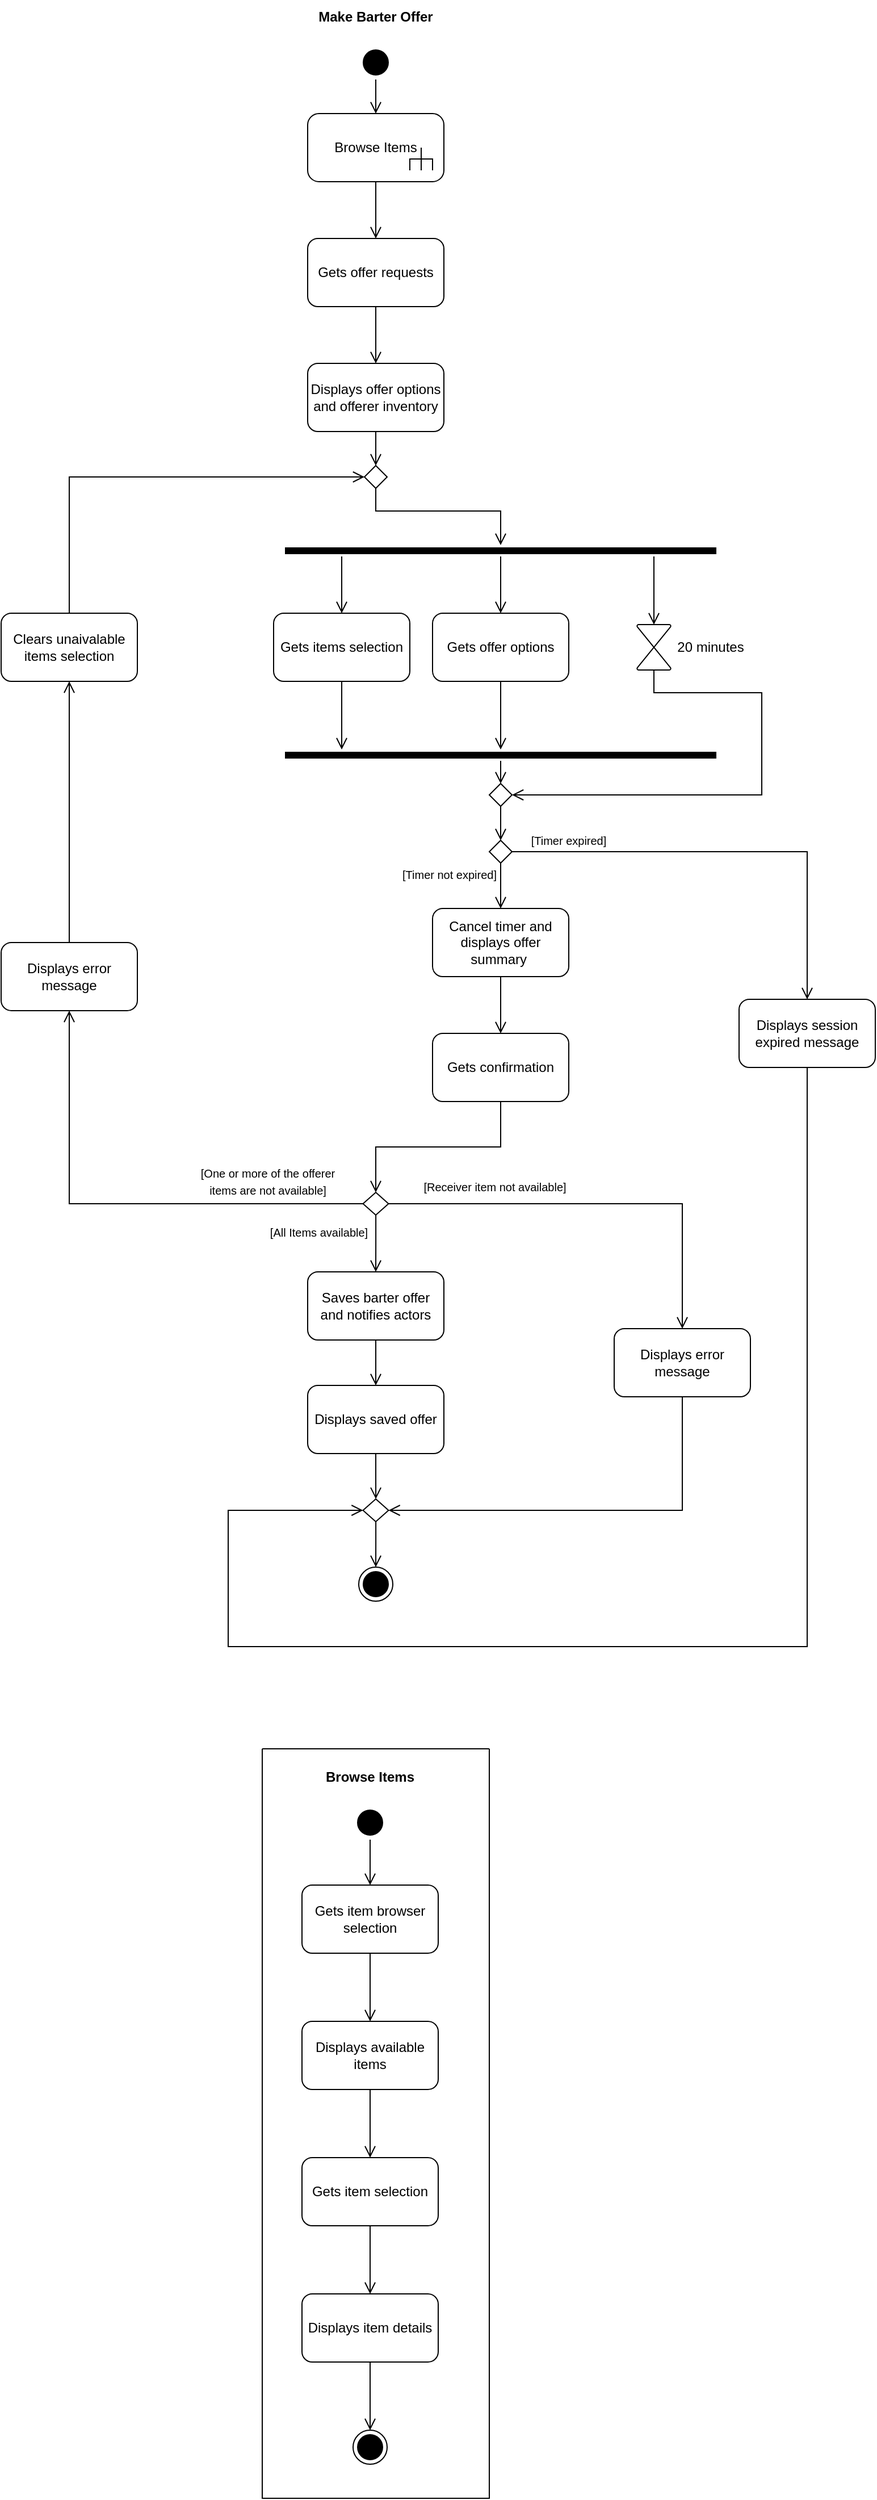
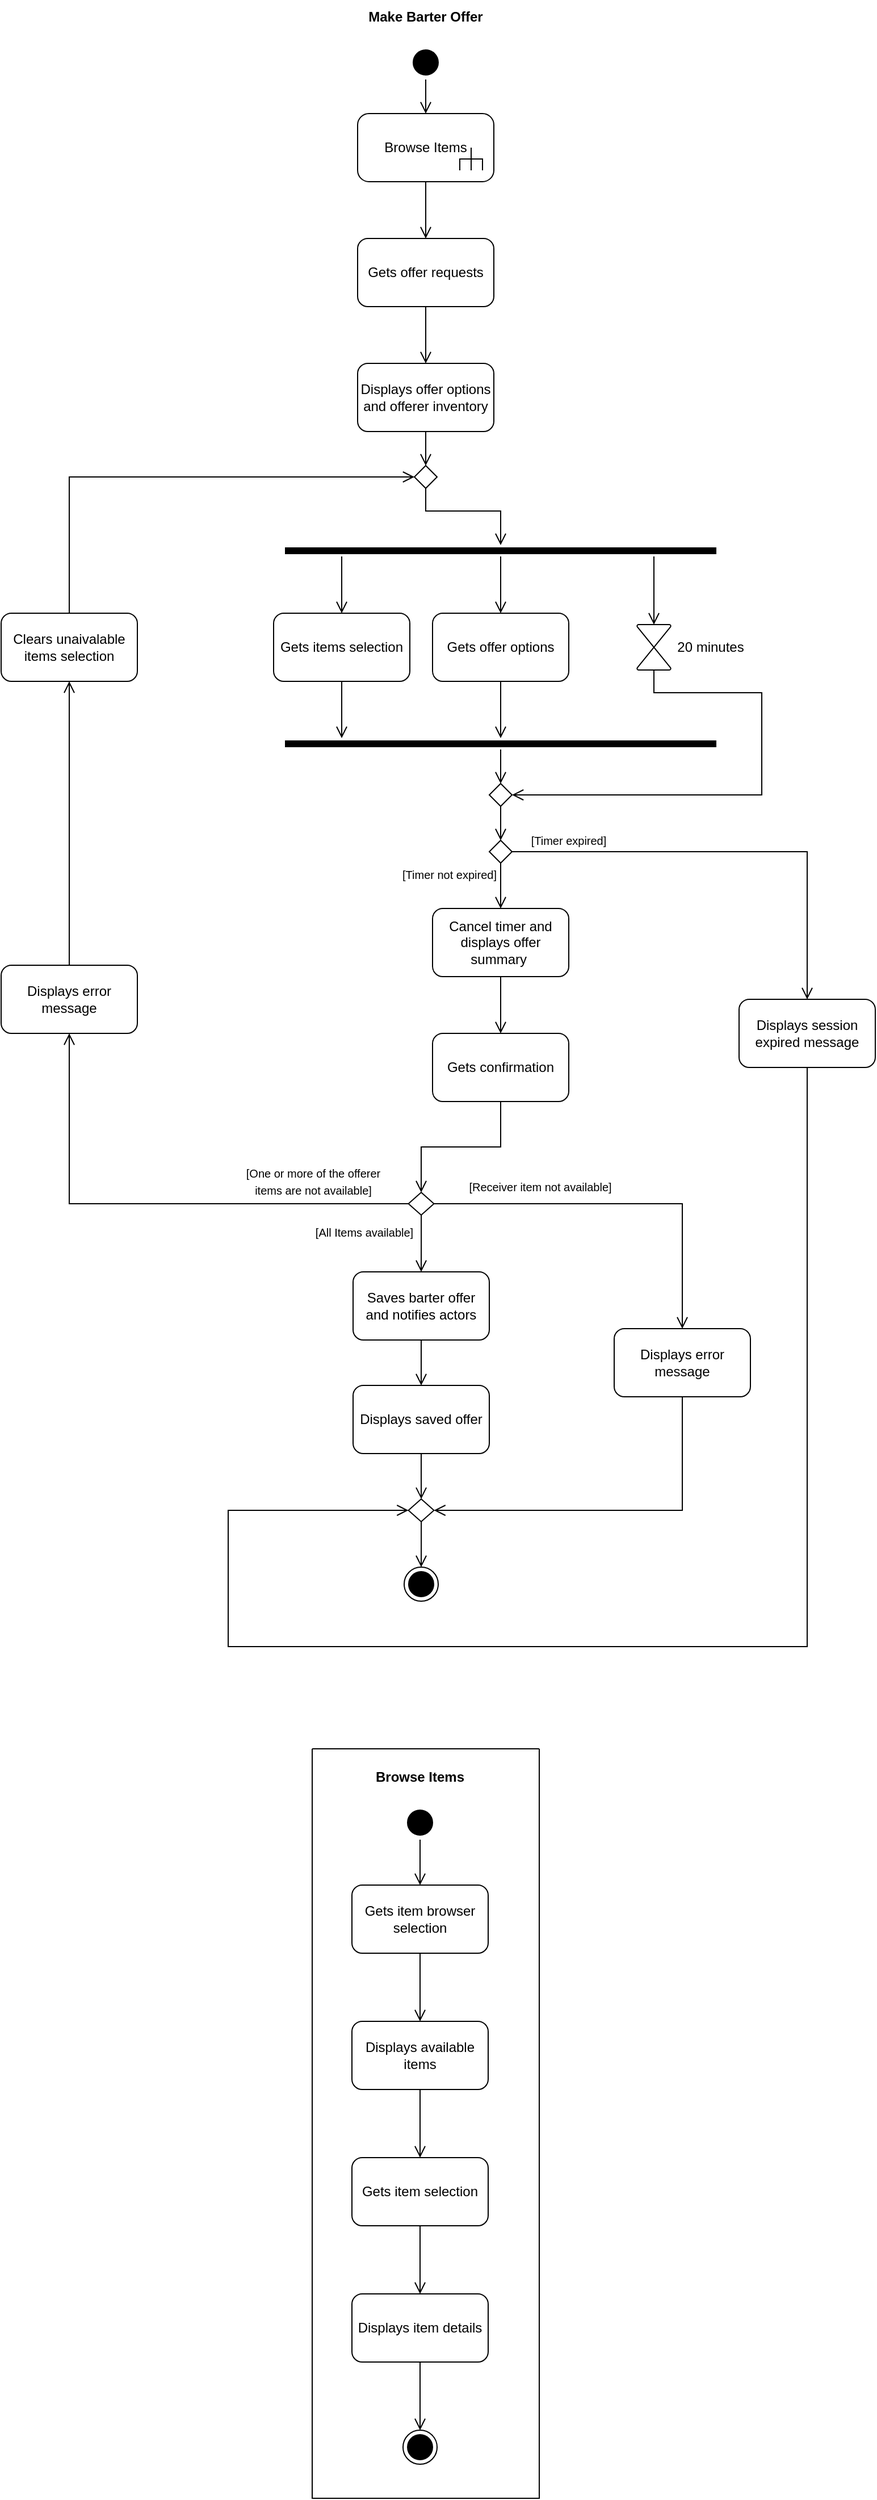
<mxfile host="app.diagrams.net">
  <diagram name="Pagina-1" id="wzVvh0PLMof7XneZ3m_G">
    <mxGraphModel dx="2353" dy="1339" grid="1" gridSize="10" guides="1" tooltips="1" connect="1" arrows="1" fold="1" page="1" pageScale="1" pageWidth="827" pageHeight="1169" math="0" shadow="0">
      <root>
        <mxCell id="0" />
        <mxCell id="1" parent="0" />
        <mxCell id="98pQ5EC6WEBKg6TK99Ge-1" parent="1" style="text;html=1;whiteSpace=wrap;strokeColor=none;fillColor=none;align=center;verticalAlign=middle;rounded=0;" value="&lt;b&gt;Make Barter Offer&lt;/b&gt;" vertex="1">
-           <mxGeometry height="30" width="140" x="300" y="20" as="geometry" />
+           <mxGeometry height="30" width="140" x="344" y="20" as="geometry" />
        </mxCell>
        <mxCell id="98pQ5EC6WEBKg6TK99Ge-6" parent="1" style="ellipse;html=1;shape=startState;fillColor=#000000;strokeColor=#000000;" value="" vertex="1">
-           <mxGeometry height="30" width="30" x="355" y="60" as="geometry" />
+           <mxGeometry height="30" width="30" x="399" y="60" as="geometry" />
        </mxCell>
        <mxCell id="98pQ5EC6WEBKg6TK99Ge-7" edge="1" parent="1" source="98pQ5EC6WEBKg6TK99Ge-6" style="edgeStyle=orthogonalEdgeStyle;html=1;verticalAlign=bottom;endArrow=open;endSize=8;strokeColor=#000000;rounded=0;" target="_pa2qI_lrXjVzIk5UoWA-33" value="">
          <mxGeometry relative="1" as="geometry">
-             <mxPoint x="370" y="120" as="targetPoint" />
+             <mxPoint x="414" y="120" as="targetPoint" />
          </mxGeometry>
        </mxCell>
        <mxCell id="98pQ5EC6WEBKg6TK99Ge-8" parent="1" style="rounded=1;whiteSpace=wrap;html=1;" value="Gets offer requests" vertex="1">
-           <mxGeometry height="60" width="120" x="310" y="230" as="geometry" />
+           <mxGeometry height="60" width="120" x="354" y="230" as="geometry" />
        </mxCell>
        <mxCell id="98pQ5EC6WEBKg6TK99Ge-9" parent="1" style="rounded=1;whiteSpace=wrap;html=1;" value="Displays offer options and offerer inventory" vertex="1">
-           <mxGeometry height="60" width="120" x="310" y="340" as="geometry" />
+           <mxGeometry height="60" width="120" x="354" y="340" as="geometry" />
        </mxCell>
        <mxCell id="98pQ5EC6WEBKg6TK99Ge-11" parent="1" style="rounded=1;whiteSpace=wrap;html=1;" value="Cancel timer and displays offer summary&amp;nbsp;" vertex="1">
          <mxGeometry height="60" width="120" x="420" y="820" as="geometry" />
        </mxCell>
        <mxCell id="98pQ5EC6WEBKg6TK99Ge-12" parent="1" style="rounded=1;whiteSpace=wrap;html=1;" value="Gets confirmation" vertex="1">
          <mxGeometry height="60" width="120" x="420" y="930" as="geometry" />
        </mxCell>
        <mxCell id="98pQ5EC6WEBKg6TK99Ge-14" parent="1" style="rounded=1;whiteSpace=wrap;html=1;" value="Saves barter offer and notifies actors" vertex="1">
-           <mxGeometry height="60" width="120" x="310" y="1140" as="geometry" />
+           <mxGeometry height="60" width="120" x="350" y="1140" as="geometry" />
        </mxCell>
        <mxCell id="98pQ5EC6WEBKg6TK99Ge-16" parent="1" style="rounded=1;whiteSpace=wrap;html=1;" value="Displays saved offer" vertex="1">
-           <mxGeometry height="60" width="120" x="310" y="1240" as="geometry" />
+           <mxGeometry height="60" width="120" x="350" y="1240" as="geometry" />
        </mxCell>
        <mxCell id="98pQ5EC6WEBKg6TK99Ge-17" edge="1" parent="1" source="_pa2qI_lrXjVzIk5UoWA-33" style="edgeStyle=orthogonalEdgeStyle;html=1;verticalAlign=bottom;endArrow=open;endSize=8;strokeColor=#000000;rounded=0;" target="98pQ5EC6WEBKg6TK99Ge-8" value="">
          <mxGeometry relative="1" as="geometry">
-             <mxPoint x="370" y="180" as="sourcePoint" />
-             <mxPoint x="370" y="230" as="targetPoint" />
+             <mxPoint x="414" y="180" as="sourcePoint" />
+             <mxPoint x="414" y="230" as="targetPoint" />
          </mxGeometry>
        </mxCell>
        <mxCell id="98pQ5EC6WEBKg6TK99Ge-18" edge="1" parent="1" source="98pQ5EC6WEBKg6TK99Ge-8" style="edgeStyle=orthogonalEdgeStyle;html=1;verticalAlign=bottom;endArrow=open;endSize=8;strokeColor=#000000;rounded=0;exitX=0.5;exitY=1;exitDx=0;exitDy=0;" target="98pQ5EC6WEBKg6TK99Ge-9" value="">
          <mxGeometry relative="1" as="geometry">
-             <mxPoint x="370" y="320" as="sourcePoint" />
-             <mxPoint x="370" y="350" as="targetPoint" />
+             <mxPoint x="414" y="320" as="sourcePoint" />
+             <mxPoint x="414" y="350" as="targetPoint" />
          </mxGeometry>
        </mxCell>
        <mxCell id="98pQ5EC6WEBKg6TK99Ge-19" edge="1" parent="1" source="98pQ5EC6WEBKg6TK99Ge-9" style="edgeStyle=orthogonalEdgeStyle;html=1;verticalAlign=bottom;endArrow=open;endSize=8;strokeColor=#000000;rounded=0;" target="98pQ5EC6WEBKg6TK99Ge-45" value="">
          <mxGeometry relative="1" as="geometry">
-             <mxPoint x="360" y="450" as="sourcePoint" />
-             <mxPoint x="360" y="480" as="targetPoint" />
+             <mxPoint x="404" y="450" as="sourcePoint" />
+             <mxPoint x="404" y="480" as="targetPoint" />
          </mxGeometry>
        </mxCell>
        <mxCell id="98pQ5EC6WEBKg6TK99Ge-20" edge="1" parent="1" source="_pa2qI_lrXjVzIk5UoWA-20" style="edgeStyle=orthogonalEdgeStyle;html=1;verticalAlign=bottom;endArrow=open;endSize=8;strokeColor=#000000;rounded=0;" target="98pQ5EC6WEBKg6TK99Ge-11" value="">
          <mxGeometry relative="1" as="geometry">
            <mxPoint x="695" y="1075" as="sourcePoint" />
            <mxPoint x="290" y="900" as="targetPoint" />
          </mxGeometry>
        </mxCell>
        <mxCell id="98pQ5EC6WEBKg6TK99Ge-21" edge="1" parent="1" source="98pQ5EC6WEBKg6TK99Ge-11" style="edgeStyle=orthogonalEdgeStyle;html=1;verticalAlign=bottom;endArrow=open;endSize=8;strokeColor=#000000;rounded=0;" target="98pQ5EC6WEBKg6TK99Ge-12" value="">
          <mxGeometry relative="1" as="geometry">
            <mxPoint x="290" y="990" as="sourcePoint" />
            <mxPoint x="290" y="1020" as="targetPoint" />
          </mxGeometry>
        </mxCell>
        <mxCell id="98pQ5EC6WEBKg6TK99Ge-22" edge="1" parent="1" source="98pQ5EC6WEBKg6TK99Ge-12" style="edgeStyle=orthogonalEdgeStyle;html=1;verticalAlign=bottom;endArrow=open;endSize=8;strokeColor=#000000;rounded=0;" target="98pQ5EC6WEBKg6TK99Ge-34" value="">
          <mxGeometry relative="1" as="geometry">
            <Array as="points">
              <mxPoint x="480" y="1030" />
-               <mxPoint x="370" y="1030" />
+               <mxPoint x="410" y="1030" />
            </Array>
            <mxPoint x="370" y="1060" as="sourcePoint" />
            <mxPoint x="370" y="1090" as="targetPoint" />
          </mxGeometry>
        </mxCell>
        <mxCell id="98pQ5EC6WEBKg6TK99Ge-23" edge="1" parent="1" source="98pQ5EC6WEBKg6TK99Ge-39" style="edgeStyle=orthogonalEdgeStyle;html=1;verticalAlign=bottom;endArrow=open;endSize=8;strokeColor=#000000;rounded=0;" target="98pQ5EC6WEBKg6TK99Ge-40" value="">
          <mxGeometry relative="1" as="geometry">
            <Array as="points">
              <mxPoint x="640" y="1350" />
            </Array>
            <mxPoint x="710" y="1340" as="sourcePoint" />
            <mxPoint x="370" y="1440" as="targetPoint" />
          </mxGeometry>
        </mxCell>
        <mxCell id="98pQ5EC6WEBKg6TK99Ge-26" edge="1" parent="1" source="98pQ5EC6WEBKg6TK99Ge-34" style="edgeStyle=orthogonalEdgeStyle;html=1;verticalAlign=bottom;endArrow=open;endSize=8;strokeColor=#000000;rounded=0;" target="98pQ5EC6WEBKg6TK99Ge-39" value="">
          <mxGeometry relative="1" as="geometry">
            <mxPoint x="470" y="1080" as="sourcePoint" />
            <mxPoint x="500" y="1080" as="targetPoint" />
          </mxGeometry>
        </mxCell>
        <mxCell id="98pQ5EC6WEBKg6TK99Ge-27" edge="1" parent="1" source="98pQ5EC6WEBKg6TK99Ge-34" style="edgeStyle=orthogonalEdgeStyle;html=1;verticalAlign=bottom;endArrow=open;endSize=8;strokeColor=#000000;rounded=0;exitX=0;exitY=0.5;exitDx=0;exitDy=0;" target="98pQ5EC6WEBKg6TK99Ge-42" value="">
          <mxGeometry relative="1" as="geometry">
            <mxPoint x="500" y="1030" as="sourcePoint" />
            <mxPoint x="200" y="1080" as="targetPoint" />
          </mxGeometry>
        </mxCell>
        <mxCell id="98pQ5EC6WEBKg6TK99Ge-28" edge="1" parent="1" source="98pQ5EC6WEBKg6TK99Ge-40" style="edgeStyle=orthogonalEdgeStyle;html=1;verticalAlign=bottom;endArrow=open;endSize=8;strokeColor=#000000;rounded=0;" target="98pQ5EC6WEBKg6TK99Ge-41" value="">
          <mxGeometry relative="1" as="geometry">
-             <mxPoint x="481.05" y="1470" as="sourcePoint" />
-             <mxPoint x="481.05" y="1500" as="targetPoint" />
+             <mxPoint x="521.05" y="1470" as="sourcePoint" />
+             <mxPoint x="521.05" y="1500" as="targetPoint" />
          </mxGeometry>
        </mxCell>
        <mxCell id="98pQ5EC6WEBKg6TK99Ge-31" edge="1" parent="1" source="98pQ5EC6WEBKg6TK99Ge-43" style="edgeStyle=orthogonalEdgeStyle;html=1;verticalAlign=bottom;endArrow=open;endSize=8;strokeColor=#000000;rounded=0;" target="98pQ5EC6WEBKg6TK99Ge-45" value="">
          <mxGeometry relative="1" as="geometry">
            <Array as="points">
              <mxPoint x="100" y="440" />
            </Array>
            <mxPoint x="720" y="700" as="sourcePoint" />
            <mxPoint x="720" y="730" as="targetPoint" />
          </mxGeometry>
        </mxCell>
        <mxCell id="98pQ5EC6WEBKg6TK99Ge-32" edge="1" parent="1" source="98pQ5EC6WEBKg6TK99Ge-45" style="edgeStyle=orthogonalEdgeStyle;html=1;verticalAlign=bottom;endArrow=open;endSize=8;strokeColor=#000000;rounded=0;" target="_pa2qI_lrXjVzIk5UoWA-2" value="">
          <mxGeometry relative="1" as="geometry">
            <Array as="points">
-               <mxPoint x="370" y="470" />
+               <mxPoint x="414" y="470" />
              <mxPoint x="480" y="470" />
            </Array>
            <mxPoint x="690" y="695" as="sourcePoint" />
            <mxPoint x="690" y="725" as="targetPoint" />
          </mxGeometry>
        </mxCell>
        <mxCell id="98pQ5EC6WEBKg6TK99Ge-33" edge="1" parent="1" source="98pQ5EC6WEBKg6TK99Ge-34" style="edgeStyle=orthogonalEdgeStyle;html=1;verticalAlign=bottom;endArrow=open;endSize=8;strokeColor=#000000;rounded=0;" target="98pQ5EC6WEBKg6TK99Ge-14" value="">
          <mxGeometry relative="1" as="geometry">
-             <mxPoint x="540" y="1080" as="sourcePoint" />
-             <mxPoint x="370" y="1120" as="targetPoint" />
+             <mxPoint x="580" y="1080" as="sourcePoint" />
+             <mxPoint x="410" y="1120" as="targetPoint" />
          </mxGeometry>
        </mxCell>
        <mxCell id="98pQ5EC6WEBKg6TK99Ge-34" parent="1" style="rhombus;whiteSpace=wrap;html=1;" value="" vertex="1">
-           <mxGeometry height="20" width="22.5" x="358.75" y="1070" as="geometry" />
+           <mxGeometry height="20" width="22.5" x="398.75" y="1070" as="geometry" />
        </mxCell>
        <mxCell id="98pQ5EC6WEBKg6TK99Ge-36" parent="1" style="text;html=1;whiteSpace=wrap;strokeColor=none;fillColor=none;align=center;verticalAlign=middle;rounded=0;" value="&lt;font style=&quot;font-size: 10px;&quot;&gt;[Receiver item not available]&lt;/font&gt;" vertex="1">
-           <mxGeometry height="30" width="130" x="410" y="1050" as="geometry" />
+           <mxGeometry height="30" width="130" x="450" y="1050" as="geometry" />
        </mxCell>
        <mxCell id="98pQ5EC6WEBKg6TK99Ge-37" parent="1" style="text;html=1;whiteSpace=wrap;strokeColor=none;fillColor=none;align=center;verticalAlign=middle;rounded=0;" value="&lt;font style=&quot;font-size: 10px;&quot;&gt;[One or more of the offerer items are not available]&lt;/font&gt;" vertex="1">
-           <mxGeometry height="30" width="130" x="210" y="1045" as="geometry" />
+           <mxGeometry height="30" width="130" x="250" y="1045" as="geometry" />
        </mxCell>
        <mxCell id="98pQ5EC6WEBKg6TK99Ge-38" parent="1" style="text;html=1;whiteSpace=wrap;strokeColor=none;fillColor=none;align=center;verticalAlign=middle;rounded=0;" value="&lt;font style=&quot;font-size: 10px;&quot;&gt;[All Items available]&lt;/font&gt;" vertex="1">
-           <mxGeometry height="30" width="90" x="275" y="1090" as="geometry" />
+           <mxGeometry height="30" width="90" x="315" y="1090" as="geometry" />
        </mxCell>
        <mxCell id="98pQ5EC6WEBKg6TK99Ge-39" parent="1" style="rounded=1;whiteSpace=wrap;html=1;" value="Displays error message" vertex="1">
          <mxGeometry height="60" width="120" x="580" y="1190" as="geometry" />
        </mxCell>
        <mxCell id="98pQ5EC6WEBKg6TK99Ge-40" parent="1" style="rhombus;whiteSpace=wrap;html=1;" value="" vertex="1">
-           <mxGeometry height="20" width="22.5" x="358.75" y="1340" as="geometry" />
+           <mxGeometry height="20" width="22.5" x="398.75" y="1340" as="geometry" />
        </mxCell>
        <mxCell id="98pQ5EC6WEBKg6TK99Ge-41" parent="1" style="ellipse;html=1;shape=endState;fillColor=#000000;strokeColor=#000000;" value="" vertex="1">
-           <mxGeometry height="30" width="30" x="355" y="1400" as="geometry" />
+           <mxGeometry height="30" width="30" x="395" y="1400" as="geometry" />
        </mxCell>
        <mxCell id="98pQ5EC6WEBKg6TK99Ge-42" parent="1" style="rounded=1;whiteSpace=wrap;html=1;" value="Displays error message" vertex="1">
-           <mxGeometry height="60" width="120" x="40" y="850" as="geometry" />
+           <mxGeometry height="60" width="120" x="40" y="870" as="geometry" />
        </mxCell>
        <mxCell id="98pQ5EC6WEBKg6TK99Ge-43" parent="1" style="rounded=1;whiteSpace=wrap;html=1;" value="Clears unaivalable items selection" vertex="1">
          <mxGeometry height="60" width="120" x="40" y="560" as="geometry" />
        </mxCell>
        <mxCell id="98pQ5EC6WEBKg6TK99Ge-45" parent="1" style="rhombus;whiteSpace=wrap;html=1;" value="" vertex="1">
-           <mxGeometry height="20" width="20" x="360" y="430" as="geometry" />
+           <mxGeometry height="20" width="20" x="404" y="430" as="geometry" />
        </mxCell>
        <mxCell id="98pQ5EC6WEBKg6TK99Ge-47" edge="1" parent="1" source="98pQ5EC6WEBKg6TK99Ge-42" style="edgeStyle=orthogonalEdgeStyle;html=1;verticalAlign=bottom;endArrow=open;endSize=8;strokeColor=#000000;rounded=0;" target="98pQ5EC6WEBKg6TK99Ge-43" value="">
          <mxGeometry relative="1" as="geometry">
            <mxPoint x="190" y="450" as="sourcePoint" />
            <mxPoint x="190" y="480" as="targetPoint" />
          </mxGeometry>
        </mxCell>
        <mxCell id="98pQ5EC6WEBKg6TK99Ge-49" edge="1" parent="1" source="98pQ5EC6WEBKg6TK99Ge-16" style="edgeStyle=orthogonalEdgeStyle;html=1;verticalAlign=bottom;endArrow=open;endSize=8;strokeColor=#000000;rounded=0;" target="98pQ5EC6WEBKg6TK99Ge-40" value="">
          <mxGeometry relative="1" as="geometry">
-             <mxPoint x="550" y="890" as="sourcePoint" />
-             <mxPoint x="400" y="1420" as="targetPoint" />
+             <mxPoint x="590" y="890" as="sourcePoint" />
+             <mxPoint x="440" y="1420" as="targetPoint" />
          </mxGeometry>
        </mxCell>
        <mxCell id="98pQ5EC6WEBKg6TK99Ge-54" edge="1" parent="1" source="98pQ5EC6WEBKg6TK99Ge-14" style="edgeStyle=orthogonalEdgeStyle;html=1;verticalAlign=bottom;endArrow=open;endSize=8;strokeColor=#000000;rounded=0;" target="98pQ5EC6WEBKg6TK99Ge-16" value="">
          <mxGeometry relative="1" as="geometry">
-             <mxPoint x="370" y="1280" as="sourcePoint" />
-             <mxPoint x="370" y="1350" as="targetPoint" />
+             <mxPoint x="410" y="1280" as="sourcePoint" />
+             <mxPoint x="410" y="1350" as="targetPoint" />
          </mxGeometry>
        </mxCell>
        <mxCell id="98pQ5EC6WEBKg6TK99Ge-60" parent="1" style="rounded=1;whiteSpace=wrap;html=1;" value="Gets item browser selection" vertex="1">
-           <mxGeometry height="60" width="120" x="305" y="1680" as="geometry" />
+           <mxGeometry height="60" width="120" x="349" y="1680" as="geometry" />
        </mxCell>
        <mxCell id="98pQ5EC6WEBKg6TK99Ge-61" parent="1" style="rounded=1;whiteSpace=wrap;html=1;" value="Displays available items" vertex="1">
-           <mxGeometry height="60" width="120" x="305" y="1800" as="geometry" />
+           <mxGeometry height="60" width="120" x="349" y="1800" as="geometry" />
        </mxCell>
        <mxCell id="98pQ5EC6WEBKg6TK99Ge-62" parent="1" style="rounded=1;whiteSpace=wrap;html=1;" value="Gets item selection" vertex="1">
-           <mxGeometry height="60" width="120" x="305" y="1920" as="geometry" />
+           <mxGeometry height="60" width="120" x="349" y="1920" as="geometry" />
        </mxCell>
        <mxCell id="98pQ5EC6WEBKg6TK99Ge-63" parent="1" style="ellipse;html=1;shape=startState;fillColor=#000000;strokeColor=#000000;" value="" vertex="1">
-           <mxGeometry height="30" width="30" x="350" y="1610" as="geometry" />
+           <mxGeometry height="30" width="30" x="394" y="1610" as="geometry" />
        </mxCell>
        <mxCell id="98pQ5EC6WEBKg6TK99Ge-64" parent="1" style="ellipse;html=1;shape=endState;fillColor=#000000;strokeColor=#000000;" value="" vertex="1">
-           <mxGeometry height="30" width="30" x="350" y="2160" as="geometry" />
+           <mxGeometry height="30" width="30" x="394" y="2160" as="geometry" />
        </mxCell>
        <mxCell id="98pQ5EC6WEBKg6TK99Ge-65" edge="1" parent="1" source="98pQ5EC6WEBKg6TK99Ge-63" style="edgeStyle=orthogonalEdgeStyle;html=1;verticalAlign=bottom;endArrow=open;endSize=8;strokeColor=#000000;rounded=0;" target="98pQ5EC6WEBKg6TK99Ge-60" value="">
          <mxGeometry relative="1" as="geometry">
-             <mxPoint x="410" y="1640" as="sourcePoint" />
-             <mxPoint x="410" y="1670" as="targetPoint" />
+             <mxPoint x="454" y="1640" as="sourcePoint" />
+             <mxPoint x="454" y="1670" as="targetPoint" />
          </mxGeometry>
        </mxCell>
        <mxCell id="98pQ5EC6WEBKg6TK99Ge-66" edge="1" parent="1" source="98pQ5EC6WEBKg6TK99Ge-60" style="edgeStyle=orthogonalEdgeStyle;html=1;verticalAlign=bottom;endArrow=open;endSize=8;strokeColor=#000000;rounded=0;" target="98pQ5EC6WEBKg6TK99Ge-61" value="">
          <mxGeometry relative="1" as="geometry">
-             <mxPoint x="430" y="1790" as="sourcePoint" />
-             <mxPoint x="430" y="1820" as="targetPoint" />
+             <mxPoint x="474" y="1790" as="sourcePoint" />
+             <mxPoint x="474" y="1820" as="targetPoint" />
          </mxGeometry>
        </mxCell>
        <mxCell id="98pQ5EC6WEBKg6TK99Ge-67" edge="1" parent="1" source="98pQ5EC6WEBKg6TK99Ge-61" style="edgeStyle=orthogonalEdgeStyle;html=1;verticalAlign=bottom;endArrow=open;endSize=8;strokeColor=#000000;rounded=0;" target="98pQ5EC6WEBKg6TK99Ge-62" value="">
          <mxGeometry relative="1" as="geometry">
-             <mxPoint x="500" y="2000" as="sourcePoint" />
-             <mxPoint x="500" y="2030" as="targetPoint" />
+             <mxPoint x="544" y="2000" as="sourcePoint" />
+             <mxPoint x="544" y="2030" as="targetPoint" />
          </mxGeometry>
        </mxCell>
        <mxCell id="98pQ5EC6WEBKg6TK99Ge-68" edge="1" parent="1" source="98pQ5EC6WEBKg6TK99Ge-62" style="edgeStyle=orthogonalEdgeStyle;html=1;verticalAlign=bottom;endArrow=open;endSize=8;strokeColor=#000000;rounded=0;" target="98pQ5EC6WEBKg6TK99Ge-70" value="">
          <mxGeometry relative="1" as="geometry">
-             <mxPoint x="510" y="2140" as="sourcePoint" />
-             <mxPoint x="510" y="2170" as="targetPoint" />
+             <mxPoint x="554" y="2140" as="sourcePoint" />
+             <mxPoint x="554" y="2170" as="targetPoint" />
          </mxGeometry>
        </mxCell>
        <mxCell id="98pQ5EC6WEBKg6TK99Ge-69" edge="1" parent="1" source="98pQ5EC6WEBKg6TK99Ge-70" style="edgeStyle=orthogonalEdgeStyle;html=1;verticalAlign=bottom;endArrow=open;endSize=8;strokeColor=#000000;rounded=0;" target="98pQ5EC6WEBKg6TK99Ge-64" value="">
          <mxGeometry relative="1" as="geometry">
-             <mxPoint x="490" y="2280" as="sourcePoint" />
-             <mxPoint x="490" y="2310" as="targetPoint" />
+             <mxPoint x="534" y="2280" as="sourcePoint" />
+             <mxPoint x="534" y="2310" as="targetPoint" />
          </mxGeometry>
        </mxCell>
        <mxCell id="98pQ5EC6WEBKg6TK99Ge-70" parent="1" style="rounded=1;whiteSpace=wrap;html=1;" value="Displays item details" vertex="1">
-           <mxGeometry height="60" width="120" x="305" y="2040" as="geometry" />
+           <mxGeometry height="60" width="120" x="349" y="2040" as="geometry" />
        </mxCell>
        <mxCell id="_pa2qI_lrXjVzIk5UoWA-2" parent="1" style="shape=line;html=1;strokeWidth=6;strokeColor=#000000;" value="" vertex="1">
          <mxGeometry height="10" width="380" x="290" y="500" as="geometry" />
        </mxCell>
        <mxCell id="_pa2qI_lrXjVzIk5UoWA-3" parent="1" style="shape=line;html=1;strokeWidth=6;strokeColor=#000000;" value="" vertex="1">
-           <mxGeometry height="10" width="380" x="290" y="680" as="geometry" />
+           <mxGeometry height="10" width="380" x="290" y="670" as="geometry" />
        </mxCell>
        <mxCell id="_pa2qI_lrXjVzIk5UoWA-4" parent="1" style="rounded=1;whiteSpace=wrap;html=1;" value="Gets items selection" vertex="1">
          <mxGeometry height="60" width="120" x="280" y="560" as="geometry" />
        </mxCell>
        <mxCell id="_pa2qI_lrXjVzIk5UoWA-5" parent="1" style="rounded=1;whiteSpace=wrap;html=1;" value="Gets offer options" vertex="1">
          <mxGeometry height="60" width="120" x="420" y="560" as="geometry" />
        </mxCell>
        <mxCell id="_pa2qI_lrXjVzIk5UoWA-8" parent="1" style="verticalLabelPosition=bottom;verticalAlign=top;html=1;shape=mxgraph.flowchart.collate;" value="" vertex="1">
          <mxGeometry height="40" width="30" x="600" y="570" as="geometry" />
        </mxCell>
        <mxCell id="_pa2qI_lrXjVzIk5UoWA-9" edge="1" parent="1" source="_pa2qI_lrXjVzIk5UoWA-2" style="edgeStyle=orthogonalEdgeStyle;html=1;verticalAlign=bottom;endArrow=open;endSize=8;strokeColor=#000000;rounded=0;" target="_pa2qI_lrXjVzIk5UoWA-4" value="">
          <mxGeometry relative="1" as="geometry">
            <Array as="points">
              <mxPoint x="340" y="520" />
              <mxPoint x="340" y="520" />
            </Array>
            <mxPoint x="800" y="520" as="sourcePoint" />
            <mxPoint x="800" y="570" as="targetPoint" />
          </mxGeometry>
        </mxCell>
        <mxCell id="_pa2qI_lrXjVzIk5UoWA-10" parent="1" style="text;html=1;whiteSpace=wrap;strokeColor=none;fillColor=none;align=center;verticalAlign=middle;rounded=0;" value="20 minutes" vertex="1">
          <mxGeometry height="30" width="90" x="620" y="575" as="geometry" />
        </mxCell>
        <mxCell id="_pa2qI_lrXjVzIk5UoWA-12" edge="1" parent="1" source="_pa2qI_lrXjVzIk5UoWA-2" style="edgeStyle=orthogonalEdgeStyle;html=1;verticalAlign=bottom;endArrow=open;endSize=8;strokeColor=#000000;rounded=0;" target="_pa2qI_lrXjVzIk5UoWA-8" value="">
          <mxGeometry relative="1" as="geometry">
            <Array as="points">
              <mxPoint x="615" y="520" />
              <mxPoint x="615" y="520" />
            </Array>
            <mxPoint x="790" y="760" as="sourcePoint" />
            <mxPoint x="790" y="810" as="targetPoint" />
          </mxGeometry>
        </mxCell>
        <mxCell id="_pa2qI_lrXjVzIk5UoWA-13" edge="1" parent="1" source="_pa2qI_lrXjVzIk5UoWA-2" style="edgeStyle=orthogonalEdgeStyle;html=1;verticalAlign=bottom;endArrow=open;endSize=8;strokeColor=#000000;rounded=0;" target="_pa2qI_lrXjVzIk5UoWA-5" value="">
          <mxGeometry relative="1" as="geometry">
            <mxPoint x="800" y="410" as="sourcePoint" />
            <mxPoint x="800" y="460" as="targetPoint" />
          </mxGeometry>
        </mxCell>
        <mxCell id="_pa2qI_lrXjVzIk5UoWA-16" edge="1" parent="1" source="_pa2qI_lrXjVzIk5UoWA-5" style="edgeStyle=orthogonalEdgeStyle;html=1;verticalAlign=bottom;endArrow=open;endSize=8;strokeColor=#000000;rounded=0;" target="_pa2qI_lrXjVzIk5UoWA-3" value="">
          <mxGeometry relative="1" as="geometry">
            <Array as="points" />
            <mxPoint x="420" y="640" as="sourcePoint" />
            <mxPoint x="480" y="670" as="targetPoint" />
          </mxGeometry>
        </mxCell>
        <mxCell id="_pa2qI_lrXjVzIk5UoWA-17" edge="1" parent="1" source="_pa2qI_lrXjVzIk5UoWA-4" style="edgeStyle=orthogonalEdgeStyle;html=1;verticalAlign=bottom;endArrow=open;endSize=8;strokeColor=#000000;rounded=0;" target="_pa2qI_lrXjVzIk5UoWA-3" value="">
          <mxGeometry relative="1" as="geometry">
            <Array as="points">
              <mxPoint x="340" y="650" />
              <mxPoint x="340" y="650" />
            </Array>
            <mxPoint x="360" y="660" as="sourcePoint" />
            <mxPoint x="470" y="680" as="targetPoint" />
          </mxGeometry>
        </mxCell>
        <mxCell id="_pa2qI_lrXjVzIk5UoWA-18" edge="1" parent="1" source="_pa2qI_lrXjVzIk5UoWA-20" style="edgeStyle=orthogonalEdgeStyle;html=1;verticalAlign=bottom;endArrow=open;endSize=8;strokeColor=#000000;rounded=0;" target="_pa2qI_lrXjVzIk5UoWA-22" value="">
          <mxGeometry relative="1" as="geometry">
            <Array as="points">
              <mxPoint x="750" y="770" />
            </Array>
            <mxPoint x="490" y="770" as="sourcePoint" />
            <mxPoint x="760.0285714285715" y="910" as="targetPoint" />
          </mxGeometry>
        </mxCell>
        <mxCell id="_pa2qI_lrXjVzIk5UoWA-20" parent="1" style="rhombus;whiteSpace=wrap;html=1;" value="" vertex="1">
          <mxGeometry height="20" width="20" x="470" y="760" as="geometry" />
        </mxCell>
        <mxCell id="_pa2qI_lrXjVzIk5UoWA-21" parent="1" style="text;html=1;whiteSpace=wrap;strokeColor=none;fillColor=none;align=center;verticalAlign=middle;rounded=0;" value="&lt;font style=&quot;font-size: 10px;&quot;&gt;[Timer expired]&lt;/font&gt;" vertex="1">
          <mxGeometry height="30" width="100" x="490" y="745" as="geometry" />
        </mxCell>
        <mxCell id="_pa2qI_lrXjVzIk5UoWA-22" parent="1" style="rounded=1;whiteSpace=wrap;html=1;" value="Displays session expired message" vertex="1">
          <mxGeometry height="60" width="120" x="690" y="900" as="geometry" />
        </mxCell>
        <mxCell id="_pa2qI_lrXjVzIk5UoWA-23" parent="1" style="text;html=1;whiteSpace=wrap;strokeColor=none;fillColor=none;align=center;verticalAlign=middle;rounded=0;" value="&lt;font style=&quot;font-size: 10px;&quot;&gt;[Timer not expired]&lt;/font&gt;" vertex="1">
          <mxGeometry height="30" width="100" x="385" y="775" as="geometry" />
        </mxCell>
        <mxCell id="_pa2qI_lrXjVzIk5UoWA-25" edge="1" parent="1" source="_pa2qI_lrXjVzIk5UoWA-22" style="edgeStyle=orthogonalEdgeStyle;html=1;verticalAlign=bottom;endArrow=open;endSize=8;strokeColor=#000000;rounded=0;" target="98pQ5EC6WEBKg6TK99Ge-40" value="">
          <mxGeometry relative="1" as="geometry">
            <Array as="points">
              <mxPoint x="750" y="1470" />
              <mxPoint x="240" y="1470" />
              <mxPoint x="240" y="1350" />
            </Array>
            <mxPoint x="1310" y="910" as="sourcePoint" />
            <mxPoint x="1140" y="1240" as="targetPoint" />
          </mxGeometry>
        </mxCell>
        <mxCell id="_pa2qI_lrXjVzIk5UoWA-26" parent="1" style="swimlane;startSize=0;" value="" vertex="1">
-           <mxGeometry height="660" width="200" x="270" y="1560" as="geometry" />
+           <mxGeometry height="660" width="200" x="314" y="1560" as="geometry" />
        </mxCell>
        <mxCell id="98pQ5EC6WEBKg6TK99Ge-3" parent="_pa2qI_lrXjVzIk5UoWA-26" style="text;html=1;whiteSpace=wrap;strokeColor=none;fillColor=none;align=center;verticalAlign=middle;rounded=0;" value="&lt;b&gt;Browse Items&lt;/b&gt;" vertex="1">
          <mxGeometry height="30" width="100" x="45" y="10" as="geometry" />
        </mxCell>
        <mxCell id="_pa2qI_lrXjVzIk5UoWA-33" parent="1" style="html=1;shape=mxgraph.sysml.callBehAct;whiteSpace=wrap;align=center;" value="Browse Items" vertex="1">
-           <mxGeometry height="60" width="120" x="310" y="120" as="geometry" />
+           <mxGeometry height="60" width="120" x="354" y="120" as="geometry" />
        </mxCell>
        <mxCell id="_pa2qI_lrXjVzIk5UoWA-34" edge="1" parent="1" source="_pa2qI_lrXjVzIk5UoWA-3" style="edgeStyle=orthogonalEdgeStyle;html=1;verticalAlign=bottom;endArrow=open;endSize=8;strokeColor=#000000;rounded=0;" target="_pa2qI_lrXjVzIk5UoWA-36" value="">
          <mxGeometry relative="1" as="geometry">
            <mxPoint x="490" y="740" as="sourcePoint" />
            <mxPoint x="420" y="760" as="targetPoint" />
          </mxGeometry>
        </mxCell>
        <mxCell id="_pa2qI_lrXjVzIk5UoWA-35" edge="1" parent="1" source="_pa2qI_lrXjVzIk5UoWA-8" style="edgeStyle=orthogonalEdgeStyle;html=1;verticalAlign=bottom;endArrow=open;endSize=8;strokeColor=#000000;rounded=0;" target="_pa2qI_lrXjVzIk5UoWA-36" value="">
          <mxGeometry relative="1" as="geometry">
            <Array as="points">
              <mxPoint x="615" y="630" />
              <mxPoint x="710" y="630" />
              <mxPoint x="710" y="720" />
            </Array>
            <mxPoint x="710" y="650" as="sourcePoint" />
            <mxPoint x="610" y="720" as="targetPoint" />
          </mxGeometry>
        </mxCell>
        <mxCell id="_pa2qI_lrXjVzIk5UoWA-36" parent="1" style="rhombus;whiteSpace=wrap;html=1;" value="" vertex="1">
          <mxGeometry height="20" width="20" x="470" y="710" as="geometry" />
        </mxCell>
        <mxCell id="_pa2qI_lrXjVzIk5UoWA-37" edge="1" parent="1" source="_pa2qI_lrXjVzIk5UoWA-36" style="edgeStyle=orthogonalEdgeStyle;html=1;verticalAlign=bottom;endArrow=open;endSize=8;strokeColor=#000000;rounded=0;" target="_pa2qI_lrXjVzIk5UoWA-20" value="">
          <mxGeometry relative="1" as="geometry">
            <mxPoint x="430" y="750" as="sourcePoint" />
            <mxPoint x="430" y="770" as="targetPoint" />
          </mxGeometry>
        </mxCell>
      </root>
    </mxGraphModel>
  </diagram>
</mxfile>
